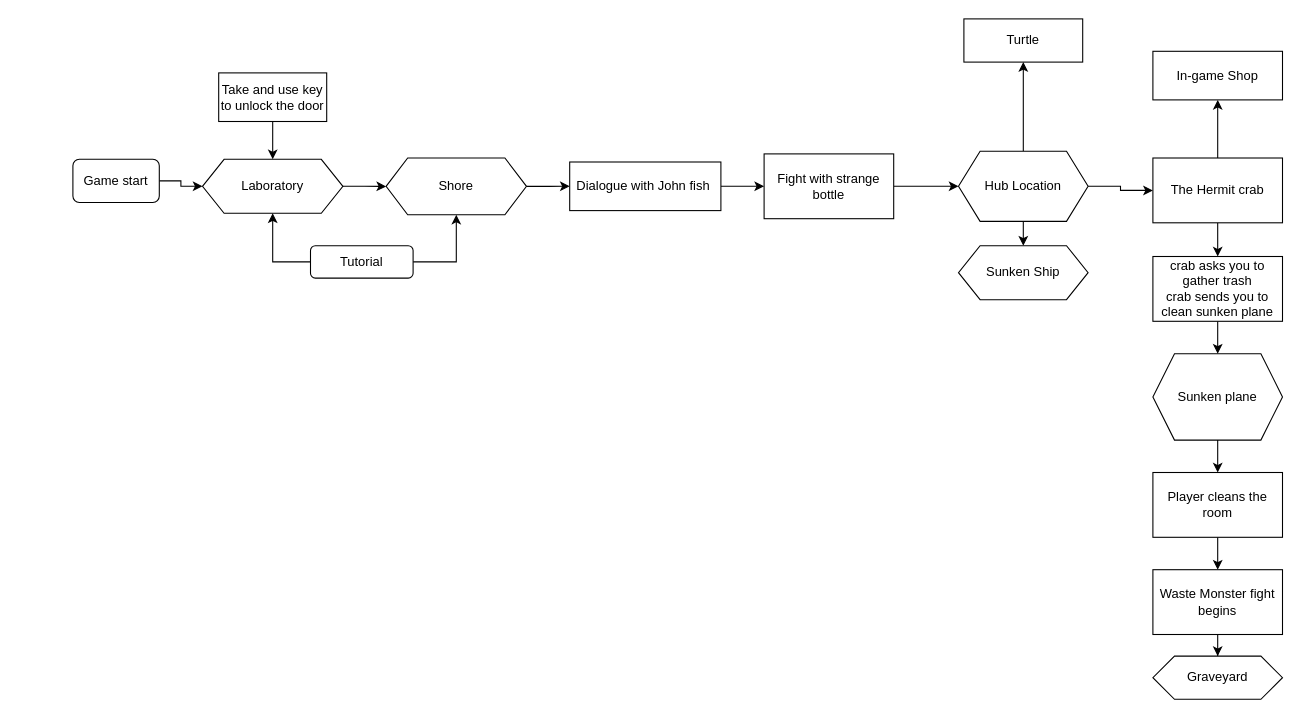
Earlier version of the draw.io diagram Huj znaet/Untitled Diagram.drawio (Ktoto198/N). Source tidied: cells renumbered, new cells numbered last; positions are measured from the earlier drawing's top-left corner, leaving out a move shared by most shapes. Both pictures are drawn from the tidied source at 108%, with x=0, y=0 at pixel (72, 18).
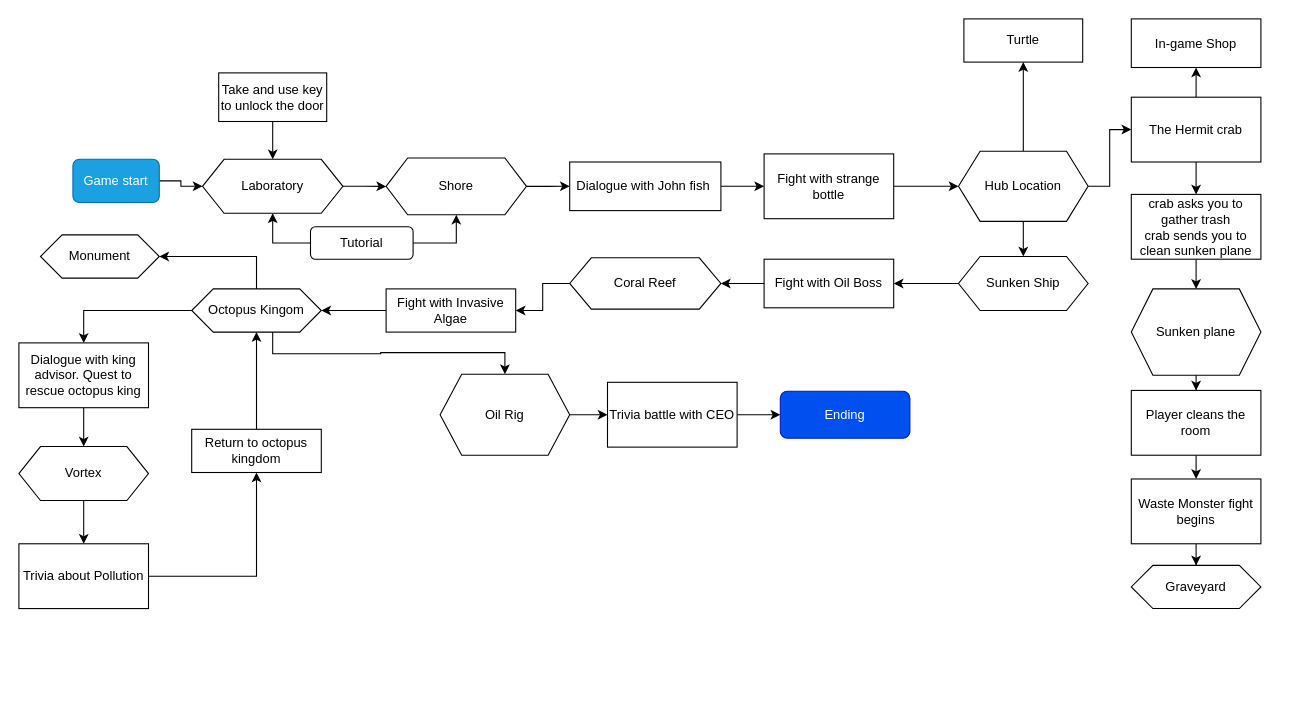
Above is the later version.

Diff of the diagram source:
```diff
@@
-    <mxCell id="3" value="Game start" style="rounded=1;whiteSpace=wrap;html=1;" parent="1" vertex="1">
+    <mxCell id="3" value="Game start" style="rounded=1;whiteSpace=wrap;html=1;fillColor=#1ba1e2;strokeColor=#006EAF;fontColor=#ffffff;" parent="1" vertex="1">
       <mxGeometry y="130" width="80" height="40" as="geometry" />
     </mxCell>
@@
     <mxCell id="8" value="Tutorial" style="rounded=1;whiteSpace=wrap;html=1;" parent="1" vertex="1">
-      <mxGeometry x="220" y="210" width="95" height="30" as="geometry" />
+      <mxGeometry x="220" y="192.5" width="95" height="30" as="geometry" />
     </mxCell>
@@
     <mxCell id="23" value="The Hermit crab" style="whiteSpace=wrap;html=1;rounded=0;" parent="1" vertex="1">
-      <mxGeometry x="1000" y="128.8" width="120" height="60" as="geometry" />
+      <mxGeometry x="980" y="72.5" width="120" height="60" as="geometry" />
     </mxCell>
     <mxCell id="24" value="In-game Shop" style="whiteSpace=wrap;html=1;rounded=0;" parent="1" vertex="1">
-      <mxGeometry x="1000" y="30" width="120" height="45" as="geometry" />
+      <mxGeometry x="980" width="120" height="45" as="geometry" />
     </mxCell>
@@
     <mxCell id="27" value="Sunken plane" style="shape=hexagon;perimeter=hexagonPerimeter2;whiteSpace=wrap;html=1;fixedSize=1;rounded=0;" parent="1" vertex="1">
-      <mxGeometry x="1000" y="310" width="120" height="80" as="geometry" />
+      <mxGeometry x="980" y="250" width="120" height="80" as="geometry" />
     </mxCell>
@@
     <mxCell id="29" value="crab asks you to gather trash&lt;div&gt;crab sends you to clean sunken plane&lt;/div&gt;" style="whiteSpace=wrap;html=1;rounded=0;" parent="1" vertex="1">
-      <mxGeometry x="1000" y="220" width="120" height="60" as="geometry" />
+      <mxGeometry x="980" y="162.5" width="120" height="60" as="geometry" />
     </mxCell>
@@
     <mxCell id="31" value="Player cleans the room" style="whiteSpace=wrap;html=1;rounded=0;" parent="1" vertex="1">
-      <mxGeometry x="1000" y="420" width="120" height="60" as="geometry" />
+      <mxGeometry x="980" y="344" width="120" height="60" as="geometry" />
     </mxCell>
@@
     <mxCell id="33" value="Waste Monster fight begins" style="whiteSpace=wrap;html=1;rounded=0;" parent="1" vertex="1">
-      <mxGeometry x="1000" y="510" width="120" height="60" as="geometry" />
+      <mxGeometry x="980" y="426" width="120" height="60" as="geometry" />
     </mxCell>
     <mxCell id="34" value="Graveyard" style="shape=hexagon;perimeter=hexagonPerimeter2;whiteSpace=wrap;html=1;fixedSize=1;rounded=0;" parent="1" vertex="1">
-      <mxGeometry x="1000" y="590" width="120" height="40" as="geometry" />
+      <mxGeometry x="980" y="506" width="120" height="40" as="geometry" />
     </mxCell>
+    <mxCell id="36" style="edgeStyle=orthogonalEdgeStyle;rounded=0;jettySize=auto;html=1;" parent="1" edge="1" source="35" target="38">
+      <mxGeometry relative="1" as="geometry" />
+    </mxCell>
     <mxCell id="35" value="Sunken Ship" style="shape=hexagon;perimeter=hexagonPerimeter2;whiteSpace=wrap;html=1;fixedSize=1;rounded=0;" parent="1" vertex="1">
-      <mxGeometry x="820" y="210" width="120" height="50" as="geometry" />
+      <mxGeometry x="820" y="220" width="120" height="50" as="geometry" />
     </mxCell>
+    <mxCell id="37" style="edgeStyle=orthogonalEdgeStyle;rounded=0;jettySize=auto;html=1;" parent="1" edge="1" source="38" target="40">
+      <mxGeometry relative="1" as="geometry" />
+    </mxCell>
+    <mxCell id="38" value="Fight with Oil Boss" style="whiteSpace=wrap;html=1;rounded=0;" parent="1" vertex="1">
+      <mxGeometry x="640" y="222.5" width="120" height="45" as="geometry" />
+    </mxCell>
+    <mxCell id="39" style="edgeStyle=orthogonalEdgeStyle;rounded=0;jettySize=auto;html=1;exitX=0;exitY=0.5;exitDx=0;exitDy=0;entryX=1;entryY=0.5;entryDx=0;entryDy=0;" parent="1" edge="1" source="40" target="42">
+      <mxGeometry relative="1" as="geometry" />
+    </mxCell>
+    <mxCell id="40" value="Coral Reef" style="shape=hexagon;perimeter=hexagonPerimeter2;whiteSpace=wrap;html=1;fixedSize=1;rounded=0;" parent="1" vertex="1">
+      <mxGeometry x="460" y="221.2" width="140" height="47.5" as="geometry" />
+    </mxCell>
+    <mxCell id="41" style="edgeStyle=orthogonalEdgeStyle;rounded=0;jettySize=auto;html=1;" parent="1" edge="1" source="42" target="46">
+      <mxGeometry relative="1" as="geometry" />
+    </mxCell>
+    <mxCell id="42" value="Fight with Invasive Algae" style="rounded=0;whiteSpace=wrap;html=1;" parent="1" vertex="1">
+      <mxGeometry x="290" y="250" width="120" height="40" as="geometry" />
+    </mxCell>
+    <mxCell id="43" style="edgeStyle=orthogonalEdgeStyle;rounded=0;jettySize=auto;html=1;exitX=0.5;exitY=0;exitDx=0;exitDy=0;entryX=1;entryY=0.5;entryDx=0;entryDy=0;" parent="1" edge="1" source="46" target="47">
+      <mxGeometry relative="1" as="geometry" />
+    </mxCell>
+    <mxCell id="44" style="edgeStyle=orthogonalEdgeStyle;rounded=0;jettySize=auto;html=1;exitX=0;exitY=0.5;exitDx=0;exitDy=0;" parent="1" edge="1" source="46" target="49">
+      <mxGeometry relative="1" as="geometry" />
+    </mxCell>
+    <mxCell id="45" style="edgeStyle=orthogonalEdgeStyle;rounded=0;jettySize=auto;html=1;exitX=0.625;exitY=1;exitDx=0;exitDy=0;entryX=0.5;entryY=0;entryDx=0;entryDy=0;" parent="1" edge="1" source="46" target="57">
+      <mxGeometry relative="1" as="geometry" />
+    </mxCell>
+    <mxCell id="46" value="Octopus Kingom" style="shape=hexagon;perimeter=hexagonPerimeter2;whiteSpace=wrap;html=1;fixedSize=1;rounded=0;" parent="1" vertex="1">
+      <mxGeometry x="110" y="250" width="120" height="40" as="geometry" />
+    </mxCell>
+    <mxCell id="47" value="Monument" style="shape=hexagon;perimeter=hexagonPerimeter2;whiteSpace=wrap;html=1;fixedSize=1;rounded=0;" parent="1" vertex="1">
+      <mxGeometry x="-30" y="200" width="110" height="40" as="geometry" />
+    </mxCell>
+    <mxCell id="48" style="edgeStyle=orthogonalEdgeStyle;rounded=0;jettySize=auto;html=1;" parent="1" edge="1" source="49" target="51">
+      <mxGeometry relative="1" as="geometry" />
+    </mxCell>
+    <mxCell id="49" value="Dialogue with king advisor. Quest to rescue octopus king" style="whiteSpace=wrap;html=1;rounded=0;" parent="1" vertex="1">
+      <mxGeometry x="-50" y="300" width="120" height="60" as="geometry" />
+    </mxCell>
+    <mxCell id="50" style="edgeStyle=orthogonalEdgeStyle;rounded=0;jettySize=auto;html=1;" parent="1" edge="1" source="51" target="53">
+      <mxGeometry relative="1" as="geometry" />
+    </mxCell>
+    <mxCell id="51" value="Vortex" style="shape=hexagon;perimeter=hexagonPerimeter2;whiteSpace=wrap;html=1;fixedSize=1;rounded=0;" parent="1" vertex="1">
+      <mxGeometry x="-50" y="396" width="120" height="50" as="geometry" />
+    </mxCell>
+    <mxCell id="52" style="edgeStyle=orthogonalEdgeStyle;rounded=0;jettySize=auto;html=1;" parent="1" edge="1" source="53" target="55">
+      <mxGeometry relative="1" as="geometry" />
+    </mxCell>
+    <mxCell id="53" value="Trivia about Pollution" style="whiteSpace=wrap;html=1;rounded=0;" parent="1" vertex="1">
+      <mxGeometry x="-50" y="486" width="120" height="60" as="geometry" />
+    </mxCell>
+    <mxCell id="54" style="edgeStyle=orthogonalEdgeStyle;rounded=0;jettySize=auto;html=1;exitX=0.5;exitY=0;exitDx=0;exitDy=0;entryX=0.5;entryY=1;entryDx=0;entryDy=0;" parent="1" edge="1" source="55" target="46">
+      <mxGeometry relative="1" as="geometry" />
+    </mxCell>
+    <mxCell id="55" value="Return to octopus kingdom" style="whiteSpace=wrap;html=1;rounded=0;" parent="1" vertex="1">
+      <mxGeometry x="110" y="380" width="120" height="40" as="geometry" />
+    </mxCell>
+    <mxCell id="56" style="edgeStyle=orthogonalEdgeStyle;rounded=0;jettySize=auto;html=1;" parent="1" edge="1" source="57" target="59">
+      <mxGeometry relative="1" as="geometry" />
+    </mxCell>
+    <mxCell id="57" value="Oil Rig" style="shape=hexagon;perimeter=hexagonPerimeter2;whiteSpace=wrap;html=1;fixedSize=1;" parent="1" vertex="1">
+      <mxGeometry x="340" y="329" width="120" height="75" as="geometry" />
+    </mxCell>
+    <mxCell id="58" style="edgeStyle=orthogonalEdgeStyle;rounded=0;jettySize=auto;html=1;" parent="1" edge="1" source="59" target="60">
+      <mxGeometry relative="1" as="geometry" />
+    </mxCell>
+    <mxCell id="59" value="Trivia battle with CEO" style="whiteSpace=wrap;html=1;" parent="1" vertex="1">
+      <mxGeometry x="495" y="336.5" width="120" height="60" as="geometry" />
+    </mxCell>
+    <mxCell id="60" value="Ending" style="rounded=1;whiteSpace=wrap;html=1;fillColor=#0050ef;fontColor=#ffffff;strokeColor=#001DBC;" parent="1" vertex="1">
+      <mxGeometry x="655" y="344.8" width="120" height="43.5" as="geometry" />
+    </mxCell>
```
